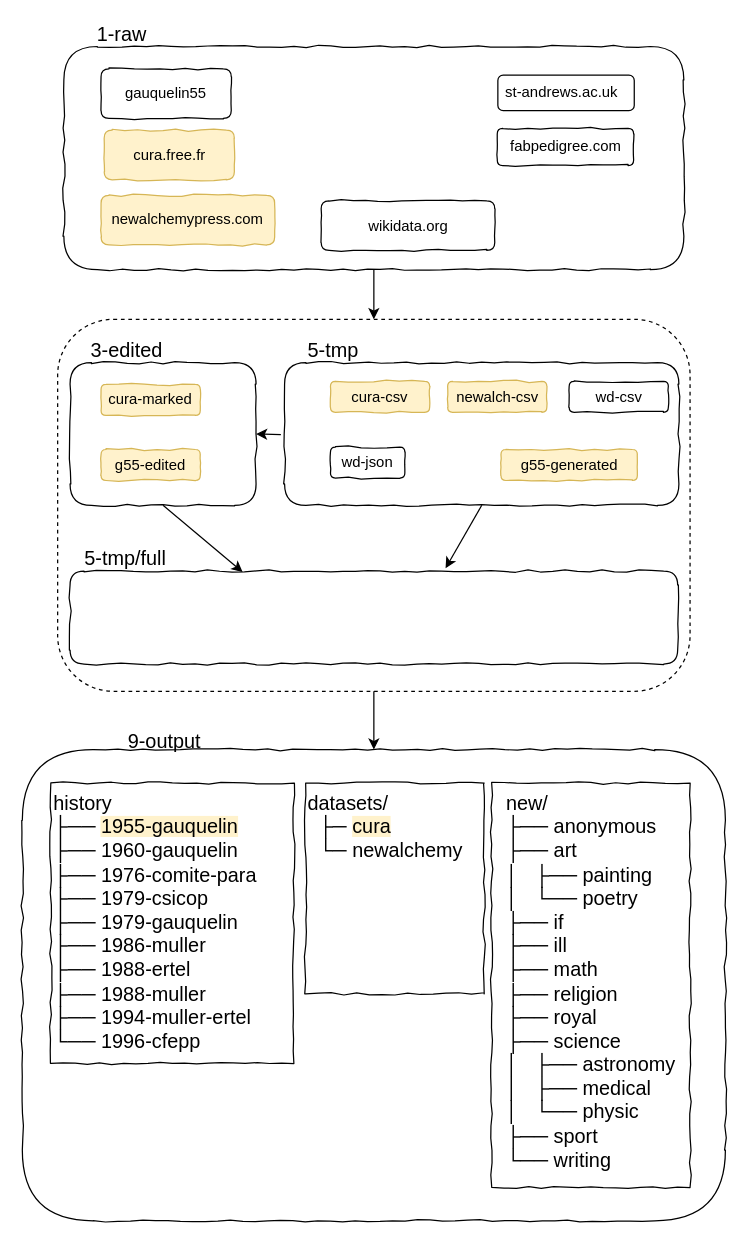
The draw.io diagram docs/img/g5-flow.drawio in tig12/g5, before the edit. Source tidied: cells renumbered, new cells numbered last; positions are measured from the earlier drawing's top-left corner, leaving out a move shared by most shapes. Both pictures are drawn from the tidied source at 124%, with x=0, y=0 at pixel (22, 21).
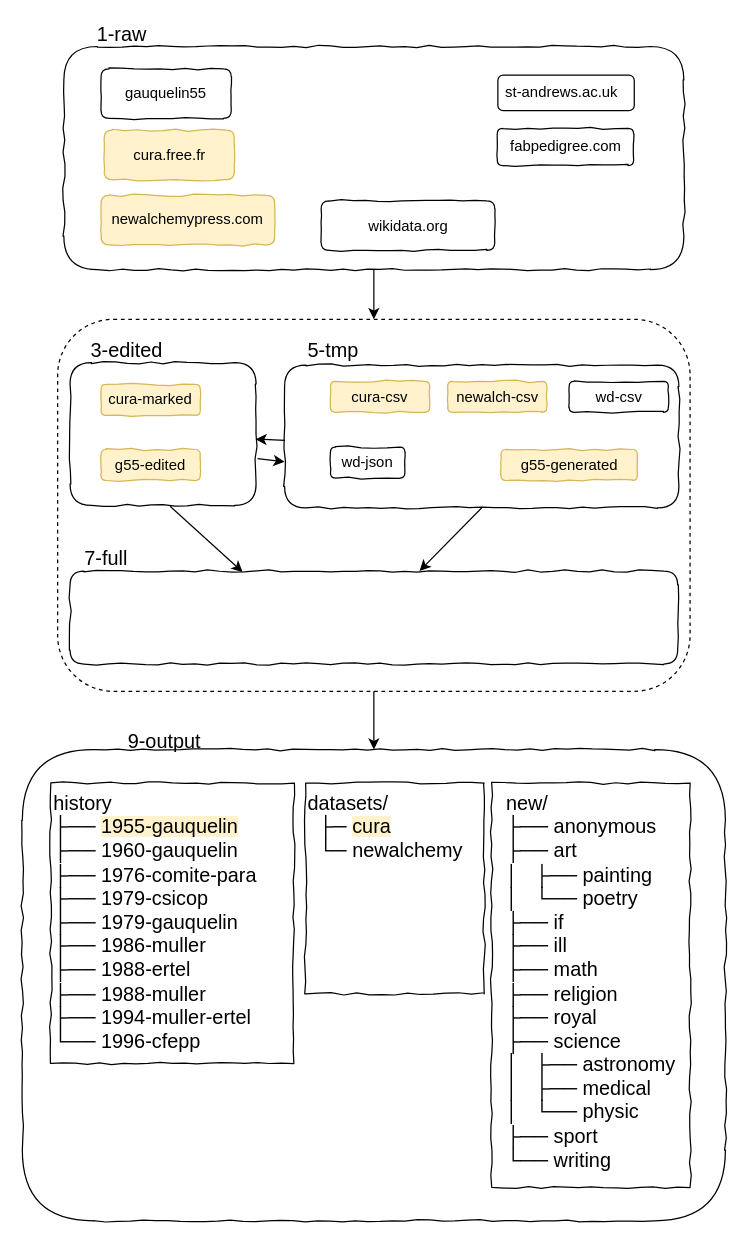
The same diagram, later.

Unchanged cells that the change refers to:
```xml
<mxCell id="3" style="rounded=1;whiteSpace=wrap;html=1;shadow=0;comic=1;glass=0;" parent="1" vertex="1">
  <mxGeometry x="38" y="275" width="150" height="115" as="geometry" />
</mxCell>
<mxCell id="23" style="rounded=1;whiteSpace=wrap;html=1;comic=1;" parent="1" vertex="1">
  <mxGeometry x="38" y="443" width="490" height="75" as="geometry" />
</mxCell>
```

Change to the diagram source:
```diff
@@
     <mxCell id="13" style="rounded=1;whiteSpace=wrap;html=1;comic=1;" parent="1" vertex="1">
-      <mxGeometry x="211" y="275" width="318" height="115" as="geometry" />
+      <mxGeometry x="211" y="277" width="318" height="115" as="geometry" />
     </mxCell>
@@
-    <mxCell id="24" value="5-tmp/full" style="text;html=1;strokeColor=none;fillColor=none;align=left;verticalAlign=middle;whiteSpace=wrap;rounded=0;labelBackgroundColor=none;fontSize=16;" parent="1" vertex="1">
+    <mxCell id="24" value="7-full" style="text;html=1;strokeColor=none;fillColor=none;align=left;verticalAlign=middle;whiteSpace=wrap;rounded=0;labelBackgroundColor=none;fontSize=16;" parent="1" vertex="1">
       <mxGeometry x="48" y="422.5" width="100" height="20" as="geometry" />
     </mxCell>
@@
-    <mxCell id="36" style="endArrow=classic;html=1;entryX=1;entryY=0.5;entryDx=0;entryDy=0;" parent="1" edge="1" target="3">
-      <mxGeometry relative="1" as="geometry">
-        <mxPoint x="208" y="333" as="sourcePoint" />
-      </mxGeometry>
+    <mxCell id="36" style="endArrow=classic;html=1;entryX=0.997;entryY=0.536;entryDx=0;entryDy=0;exitX=0.001;exitY=0.527;exitDx=0;exitDy=0;exitPerimeter=0;entryPerimeter=0;" parent="1" edge="1" source="13" target="3">
+      <mxGeometry relative="1" as="geometry" />
     </mxCell>
-    <mxCell id="37" style="endArrow=classic;html=1;exitX=0.5;exitY=1;exitDx=0;exitDy=0;entryX=0.284;entryY=0.011;entryDx=0;entryDy=0;entryPerimeter=0;" parent="1" edge="1" source="3" target="23">
+    <mxCell id="37" style="endArrow=classic;html=1;exitX=0.538;exitY=1.007;exitDx=0;exitDy=0;entryX=0.284;entryY=0.011;entryDx=0;entryDy=0;entryPerimeter=0;exitPerimeter=0;" parent="1" edge="1" source="3" target="23">
       <mxGeometry relative="1" as="geometry" />
     </mxCell>
-    <mxCell id="38" style="endArrow=classic;html=1;exitX=0.5;exitY=1;exitDx=0;exitDy=0;entryX=0.618;entryY=-0.029;entryDx=0;entryDy=0;entryPerimeter=0;" parent="1" edge="1" source="13" target="23">
+    <mxCell id="38" style="endArrow=classic;html=1;exitX=0.5;exitY=1;exitDx=0;exitDy=0;" parent="1" edge="1" source="13" target="23">
       <mxGeometry relative="1" as="geometry" />
     </mxCell>
@@
+    <mxCell id="40" style="endArrow=classic;html=1;entryX=0;entryY=0.678;entryDx=0;entryDy=0;exitX=1.008;exitY=0.672;exitDx=0;exitDy=0;exitPerimeter=0;entryPerimeter=0;" parent="1" edge="1" source="3" target="13">
+      <mxGeometry relative="1" as="geometry" />
+    </mxCell>
```
